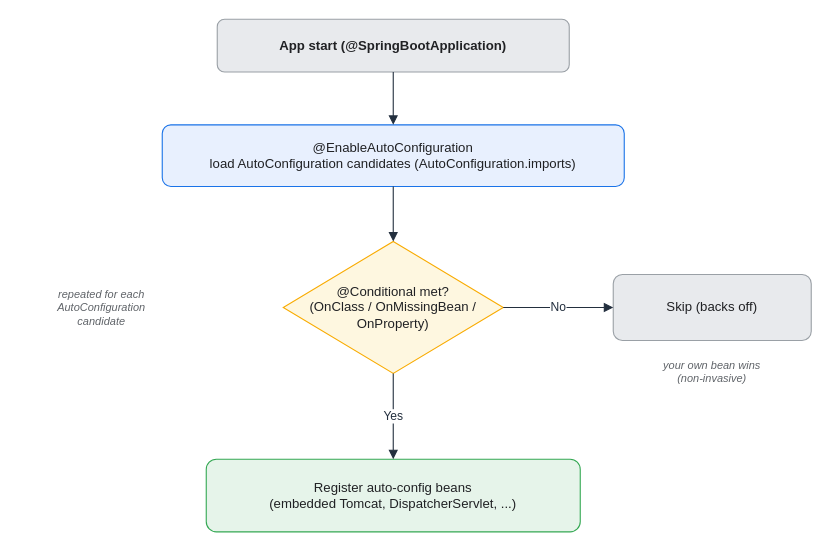
This is assets/img/spring/spring-07-autoconfiguration-flow.drawio from KKamJi98/kkamji98.github.io, a draw.io file, before an edit. Source tidied: cells renumbered, new cells numbered last; positions are measured from the earlier drawing's top-left corner, leaving out a move shared by most shapes. Both pictures are drawn from the tidied source at 110%, with x=0, y=0 at pixel (19, 19).
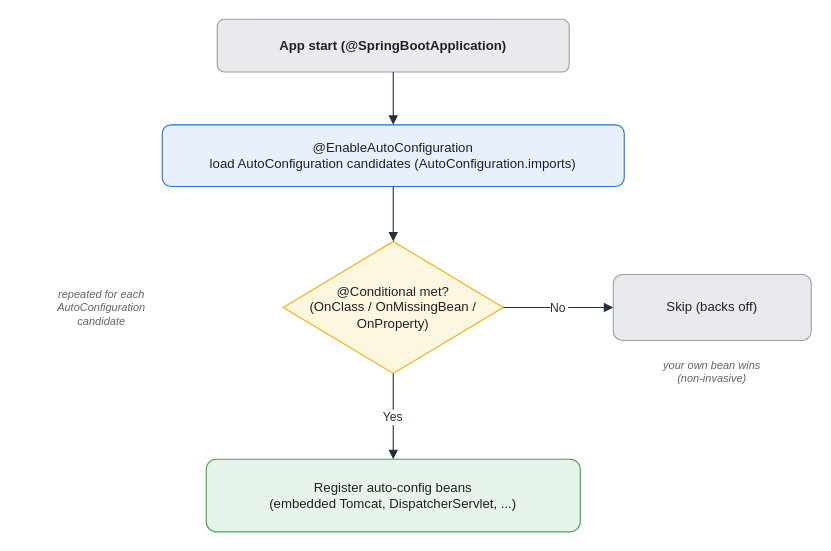
Above is the later version.

The edit, as a diff of the source:
```diff
@@
 <mxGraphModel background="#FFFFFF">
   <root>
     <mxCell id="0" />
     <mxCell id="1" parent="0" />
     <mxCell id="2" value="App start (@SpringBootApplication)" style="rounded=1;whiteSpace=wrap;html=1;arcSize=14;shadow=0;fillColor=#E8EAED;strokeColor=#9AA0A6;fontColor=#202124;fontStyle=1;" parent="1" vertex="1">
       <mxGeometry x="180" width="320" height="48" as="geometry" />
     </mxCell>
     <mxCell id="3" value="@EnableAutoConfiguration&#10;load AutoConfiguration candidates (AutoConfiguration.imports)" style="rounded=1;whiteSpace=wrap;html=1;arcSize=14;shadow=0;fillColor=#E8F0FE;strokeColor=#1A73E8;fontColor=#202124;" parent="1" vertex="1">
       <mxGeometry x="130" y="96" width="420" height="56" as="geometry" />
     </mxCell>
     <mxCell id="4" value="@Conditional met?&#10;(OnClass / OnMissingBean / OnProperty)" style="rhombus;whiteSpace=wrap;html=1;shadow=0;fillColor=#FEF7E0;strokeColor=#F9AB00;fontColor=#202124;" parent="1" vertex="1">
       <mxGeometry x="240" y="202" width="200" height="120" as="geometry" />
     </mxCell>
     <mxCell id="5" value="Register auto-config beans&#10;(embedded Tomcat, DispatcherServlet, ...)" style="rounded=1;whiteSpace=wrap;html=1;arcSize=14;shadow=0;fillColor=#E6F4EA;strokeColor=#34A853;fontColor=#202124;" parent="1" vertex="1">
       <mxGeometry x="170" y="400" width="340" height="66" as="geometry" />
     </mxCell>
     <mxCell id="6" value="Skip (backs off)" style="rounded=1;whiteSpace=wrap;html=1;arcSize=14;shadow=0;fillColor=#E8EAED;strokeColor=#9AA0A6;fontColor=#202124;" parent="1" vertex="1">
       <mxGeometry x="540" y="232" width="180" height="60" as="geometry" />
     </mxCell>
     <mxCell id="7" value="repeated for each&#10;AutoConfiguration&#10;candidate" style="text;html=1;align=center;verticalAlign=middle;whiteSpace=wrap;fontSize=10;fontColor=#5F6368;fontStyle=2;" parent="1" vertex="1">
       <mxGeometry y="232" width="150" height="60" as="geometry" />
     </mxCell>
     <mxCell id="8" value="your own bean wins&#10;(non-invasive)" style="text;html=1;align=center;verticalAlign=middle;whiteSpace=wrap;fontSize=10;fontColor=#5F6368;fontStyle=2;" parent="1" vertex="1">
       <mxGeometry x="540" y="300" width="180" height="40" as="geometry" />
     </mxCell>
     <mxCell id="9" style="edgeStyle=orthogonalEdgeStyle;rounded=1;html=1;strokeColor=#232F3E;fontColor=#232F3E;labelBackgroundColor=none;endArrow=block;exitX=0.5;exitY=1;exitDx=0;exitDy=0;entryX=0.5;entryY=0;entryDx=0;entryDy=0;" parent="1" edge="1" source="2" target="3">
       <mxGeometry relative="1" as="geometry" />
     </mxCell>
     <mxCell id="10" style="edgeStyle=orthogonalEdgeStyle;rounded=1;html=1;strokeColor=#232F3E;fontColor=#232F3E;labelBackgroundColor=none;endArrow=block;exitX=0.5;exitY=1;exitDx=0;exitDy=0;entryX=0.5;entryY=0;entryDx=0;entryDy=0;" parent="1" edge="1" source="3" target="4">
       <mxGeometry relative="1" as="geometry" />
     </mxCell>
-    <mxCell id="11" value="Yes" style="edgeStyle=orthogonalEdgeStyle;rounded=1;html=1;fontColor=#232F3E;strokeColor=#232F3E;labelBackgroundColor=#FFFFFF;endArrow=block;exitX=0.5;exitY=1;exitDx=0;exitDy=0;entryX=0.5;entryY=0;entryDx=0;entryDy=0;" parent="1" edge="1" source="4" target="5">
+    <mxCell id="11" value="Yes" style="edgeStyle=orthogonalEdgeStyle;rounded=1;html=0;fontColor=#232F3E;strokeColor=#232F3E;labelBackgroundColor=#FFFFFF;endArrow=block;exitX=0.5;exitY=1;exitDx=0;exitDy=0;entryX=0.5;entryY=0;entryDx=0;entryDy=0;" parent="1" edge="1" source="4" target="5">
       <mxGeometry relative="1" as="geometry" />
     </mxCell>
-    <mxCell id="12" value="No" style="edgeStyle=orthogonalEdgeStyle;rounded=1;html=1;fontColor=#232F3E;strokeColor=#232F3E;labelBackgroundColor=#FFFFFF;endArrow=block;exitX=1;exitY=0.5;exitDx=0;exitDy=0;entryX=0;entryY=0.5;entryDx=0;entryDy=0;" parent="1" edge="1" source="4" target="6">
+    <mxCell id="12" value="No" style="edgeStyle=orthogonalEdgeStyle;rounded=1;html=0;fontColor=#232F3E;strokeColor=#232F3E;labelBackgroundColor=#FFFFFF;endArrow=block;exitX=1;exitY=0.5;exitDx=0;exitDy=0;entryX=0;entryY=0.5;entryDx=0;entryDy=0;" parent="1" edge="1" source="4" target="6">
       <mxGeometry relative="1" as="geometry" />
     </mxCell>
   </root>
 </mxGraphModel>
```
